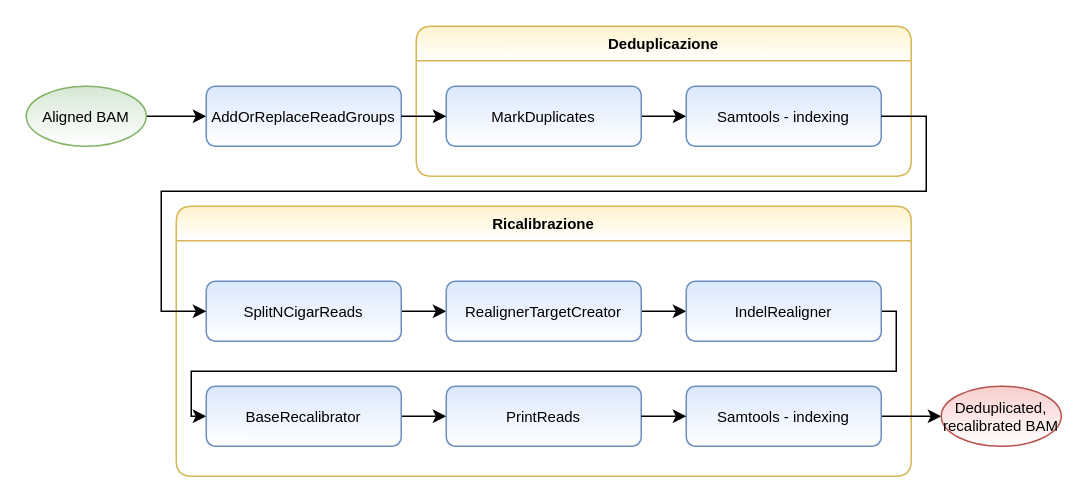
This is chapters/03/media/deduprecal.drawio from giacThePhantom/Tesi, a draw.io file, before an edit. Source tidied: cells renumbered, new cells numbered last; positions are measured from the earlier drawing's top-left corner, leaving out a move shared by most shapes. Both pictures are drawn from the tidied source at 150%, with x=0, y=0 at pixel (26, 26).
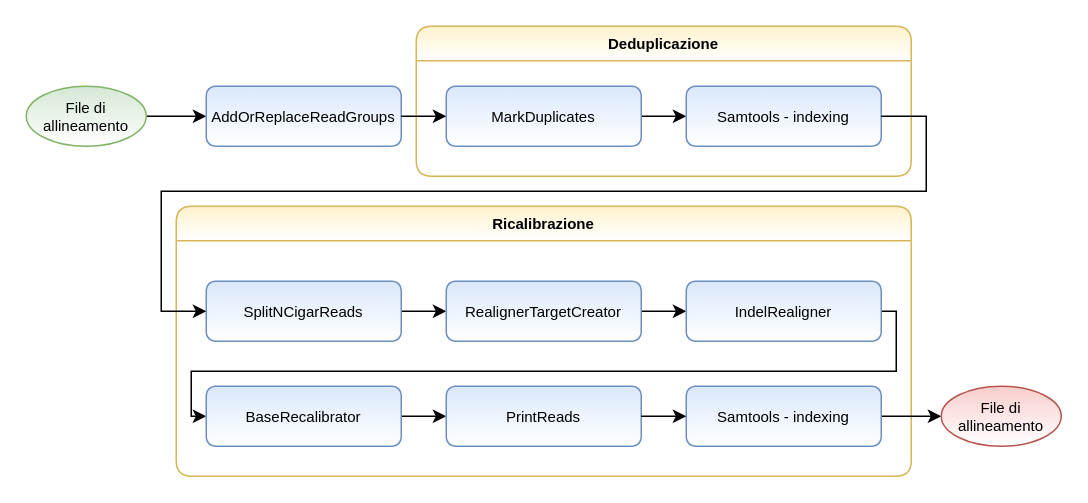
The same diagram, later.

Diff of the diagram source:
```diff
@@
-    <mxCell id="18" value="Aligned BAM" style="ellipse;whiteSpace=wrap;html=1;fontSize=10;fillColor=#d5e8d4;strokeColor=#82b366;gradientColor=#ffffff;" parent="1" vertex="1">
+    <mxCell id="18" value="File di allineamento" style="ellipse;whiteSpace=wrap;html=1;fontSize=10;fillColor=#d5e8d4;strokeColor=#82b366;gradientColor=#ffffff;" parent="1" vertex="1">
       <mxGeometry y="40" width="80" height="40" as="geometry" />
     </mxCell>
@@
-    <mxCell id="21" value="Deduplicated, recalibrated BAM" style="ellipse;whiteSpace=wrap;html=1;fontSize=10;fillColor=#f8cecc;strokeColor=#b85450;gradientColor=#ffffff;" parent="1" vertex="1">
+    <mxCell id="21" value="File di allineamento" style="ellipse;whiteSpace=wrap;html=1;fontSize=10;fillColor=#f8cecc;strokeColor=#b85450;gradientColor=#ffffff;" parent="1" vertex="1">
       <mxGeometry x="610" y="240" width="80" height="40" as="geometry" />
     </mxCell>
```
